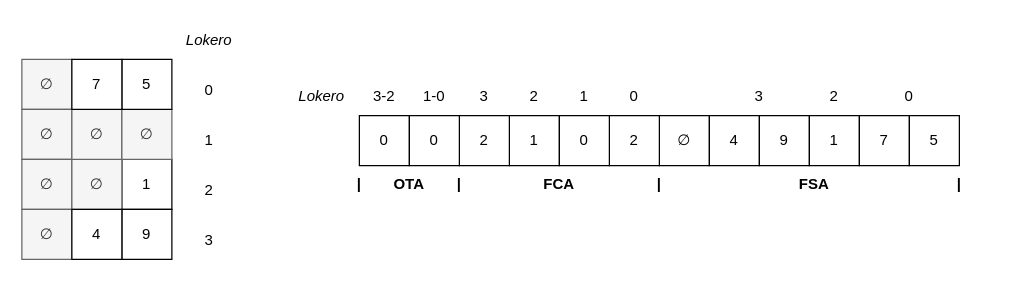
Earlier version of the draw.io diagram raaka/Morton.drawio (juaxE/kandikuvat). Source tidied: cells renumbered, new cells numbered last; positions are measured from the earlier drawing's top-left corner, leaving out a move shared by most shapes. Both pictures are drawn from the tidied source at 125%, with x=0, y=0 at pixel (21, 21).
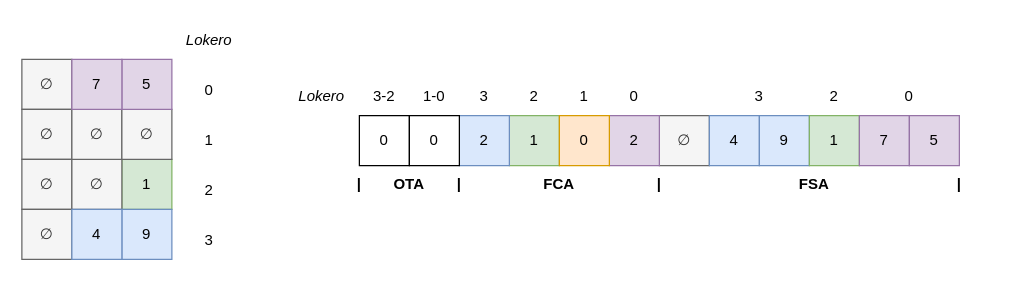
The same diagram, later.

What changed in the source:
```diff
@@
-    <mxCell id="2" value="∅" style="whiteSpace=wrap;html=1;" parent="1" vertex="1">
+    <mxCell id="2" value="∅" style="whiteSpace=wrap;html=1;fillColor=#f5f5f5;fontColor=#333333;strokeColor=#666666;" parent="1" vertex="1">
       <mxGeometry x="510" y="75" width="40" height="40" as="geometry" />
     </mxCell>
-    <mxCell id="3" value="4" style="whiteSpace=wrap;html=1;" parent="1" vertex="1">
+    <mxCell id="3" value="4" style="whiteSpace=wrap;html=1;fillColor=#dae8fc;strokeColor=#6c8ebf;" parent="1" vertex="1">
       <mxGeometry x="550" y="75" width="40" height="40" as="geometry" />
     </mxCell>
-    <mxCell id="4" value="9" style="whiteSpace=wrap;html=1;" parent="1" vertex="1">
+    <mxCell id="4" value="9" style="whiteSpace=wrap;html=1;fillColor=#dae8fc;strokeColor=#6c8ebf;" parent="1" vertex="1">
       <mxGeometry x="590" y="75" width="40" height="40" as="geometry" />
     </mxCell>
-    <mxCell id="5" value="1" style="whiteSpace=wrap;html=1;" parent="1" vertex="1">
+    <mxCell id="5" value="1" style="whiteSpace=wrap;html=1;fillColor=#d5e8d4;strokeColor=#82b366;" parent="1" vertex="1">
       <mxGeometry x="630" y="75" width="40" height="40" as="geometry" />
     </mxCell>
-    <mxCell id="6" value="7" style="whiteSpace=wrap;html=1;" parent="1" vertex="1">
+    <mxCell id="6" value="7" style="whiteSpace=wrap;html=1;fillColor=#e1d5e7;strokeColor=#9673a6;" parent="1" vertex="1">
       <mxGeometry x="670" y="75" width="40" height="40" as="geometry" />
     </mxCell>
-    <mxCell id="7" value="5" style="whiteSpace=wrap;html=1;" parent="1" vertex="1">
+    <mxCell id="7" value="5" style="whiteSpace=wrap;html=1;fillColor=#e1d5e7;strokeColor=#9673a6;" parent="1" vertex="1">
       <mxGeometry x="710" y="75" width="40" height="40" as="geometry" />
     </mxCell>
@@
-    <mxCell id="11" value="1" style="whiteSpace=wrap;html=1;" parent="1" vertex="1">
+    <mxCell id="11" value="1" style="whiteSpace=wrap;html=1;fillColor=#d5e8d4;strokeColor=#82b366;" parent="1" vertex="1">
       <mxGeometry x="80" y="110" width="40" height="40" as="geometry" />
     </mxCell>
@@
-    <mxCell id="14" value="9" style="whiteSpace=wrap;html=1;" parent="1" vertex="1">
+    <mxCell id="14" value="9" style="whiteSpace=wrap;html=1;fillColor=#dae8fc;strokeColor=#6c8ebf;" parent="1" vertex="1">
       <mxGeometry x="80" y="150" width="40" height="40" as="geometry" />
     </mxCell>
-    <mxCell id="15" value="4" style="whiteSpace=wrap;html=1;" parent="1" vertex="1">
+    <mxCell id="15" value="4" style="whiteSpace=wrap;html=1;fillColor=#dae8fc;strokeColor=#6c8ebf;" parent="1" vertex="1">
       <mxGeometry x="40" y="150" width="40" height="40" as="geometry" />
     </mxCell>
-    <mxCell id="16" value="1" style="whiteSpace=wrap;html=1;" parent="1" vertex="1">
+    <mxCell id="16" value="1" style="whiteSpace=wrap;html=1;fillColor=#d5e8d4;strokeColor=#82b366;" parent="1" vertex="1">
       <mxGeometry x="390" y="75" width="40" height="40" as="geometry" />
     </mxCell>
-    <mxCell id="17" value="2" style="whiteSpace=wrap;html=1;" parent="1" vertex="1">
+    <mxCell id="17" value="2" style="whiteSpace=wrap;html=1;fillColor=#e1d5e7;strokeColor=#9673a6;" parent="1" vertex="1">
       <mxGeometry x="470" y="75" width="40" height="40" as="geometry" />
     </mxCell>
-    <mxCell id="18" value="0" style="whiteSpace=wrap;html=1;" parent="1" vertex="1">
+    <mxCell id="18" value="0" style="whiteSpace=wrap;html=1;fillColor=#ffe6cc;strokeColor=#d79b00;" parent="1" vertex="1">
       <mxGeometry x="430" y="75" width="40" height="40" as="geometry" />
     </mxCell>
-    <mxCell id="19" value="0" style="whiteSpace=wrap;html=1;" parent="1" vertex="1">
+    <mxCell id="19" value="0" style="whiteSpace=wrap;html=1;gradientColor=none;" parent="1" vertex="1">
       <mxGeometry x="270" y="75" width="40" height="40" as="geometry" />
     </mxCell>
-    <mxCell id="20" value="2" style="whiteSpace=wrap;html=1;" parent="1" vertex="1">
+    <mxCell id="20" value="2" style="whiteSpace=wrap;html=1;fillColor=#dae8fc;strokeColor=#6c8ebf;" parent="1" vertex="1">
       <mxGeometry x="350" y="75" width="40" height="40" as="geometry" />
     </mxCell>
@@
-    <mxCell id="42" value="5" style="whiteSpace=wrap;html=1;" parent="1" vertex="1">
+    <mxCell id="42" value="5" style="whiteSpace=wrap;html=1;fillColor=#e1d5e7;strokeColor=#9673a6;" parent="1" vertex="1">
       <mxGeometry x="80" y="30" width="40" height="40" as="geometry" />
     </mxCell>
-    <mxCell id="43" value="7" style="whiteSpace=wrap;html=1;" parent="1" vertex="1">
+    <mxCell id="43" value="7" style="whiteSpace=wrap;html=1;fillColor=#e1d5e7;strokeColor=#9673a6;" parent="1" vertex="1">
       <mxGeometry x="40" y="30" width="40" height="40" as="geometry" />
     </mxCell>
```
